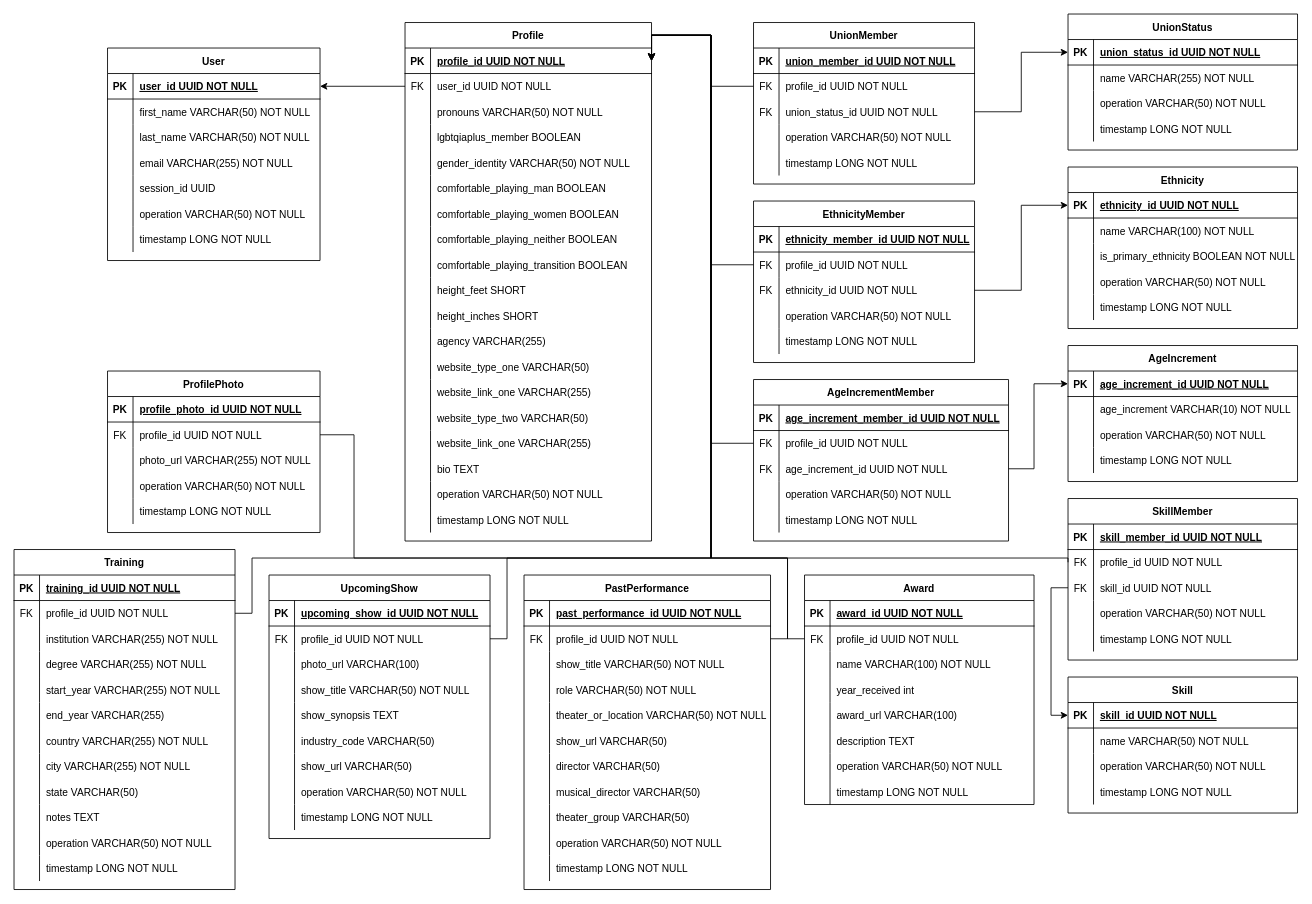
The draw.io diagram docs/db_designs/cag-backend-api-v1.drawio in Chicago-Artist-Guide/cag-backend-api, before the edit. Source tidied: cells renumbered, new cells numbered last; positions are measured from the earlier drawing's top-left corner, leaving out a move shared by most shapes. Both pictures are drawn from the tidied source at 85%, with x=0, y=0 at pixel (14, 14).
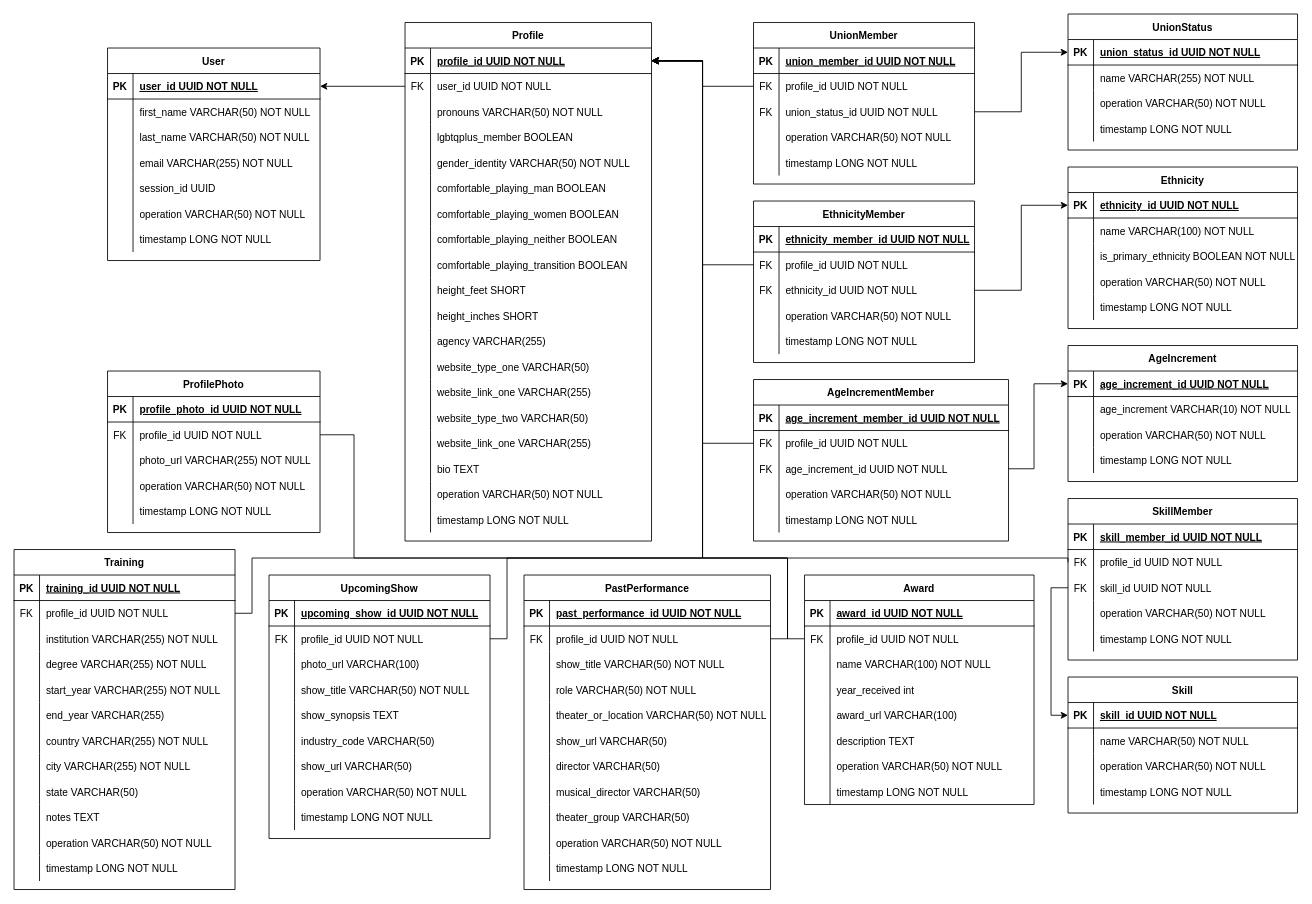
Above is the later version.

Unchanged cells that the change refers to:
```xml
<mxCell id="25" style="shape=partialRectangle;fillColor=none;points=[[0,0.5],[1,0.5]];portConstraint=eastwest;top=0;left=0;right=0;bottom=1;" parent="24" vertex="1">
  <mxGeometry y="30" width="290" height="30" as="geometry" />
</mxCell>
<mxCell id="34" style="shape=partialRectangle;fillColor=none;top=0;left=0;right=0;bottom=0;" parent="24" vertex="1">
  <mxGeometry y="120" width="290" height="30" as="geometry" />
</mxCell>
<mxCell id="99" style="shape=partialRectangle;fillColor=none;points=[[0,0.5],[1,0.5]];portConstraint=eastwest;top=0;left=0;right=0;bottom=0;" parent="95" vertex="1">
  <mxGeometry y="60" width="260" height="30" as="geometry" />
</mxCell>
<mxCell id="118" style="shape=partialRectangle;fillColor=none;points=[[0,0.5],[1,0.5]];portConstraint=eastwest;top=0;left=0;right=0;bottom=0;" parent="114" vertex="1">
  <mxGeometry y="60" width="260" height="30" as="geometry" />
</mxCell>
<mxCell id="152" style="shape=partialRectangle;fillColor=none;points=[[0,0.5],[1,0.5]];portConstraint=eastwest;top=0;left=0;right=0;bottom=0;" parent="148" vertex="1">
  <mxGeometry y="60" width="300" height="30" as="geometry" />
</mxCell>
<mxCell id="184" style="shape=partialRectangle;fillColor=none;points=[[0,0.5],[1,0.5]];portConstraint=eastwest;top=0;left=0;right=0;bottom=0;" parent="180" vertex="1">
  <mxGeometry y="60" width="260" height="30" as="geometry" />
</mxCell>
<mxCell id="221" style="shape=partialRectangle;fillColor=none;points=[[0,0.5],[1,0.5]];portConstraint=eastwest;top=0;left=0;right=0;bottom=0;" parent="217" vertex="1">
  <mxGeometry y="60" width="250" height="30" as="geometry" />
</mxCell>
<mxCell id="239" style="shape=partialRectangle;fillColor=none;points=[[0,0.5],[1,0.5]];portConstraint=eastwest;top=0;left=0;right=0;bottom=0;" parent="235" vertex="1">
  <mxGeometry y="60" width="260" height="30" as="geometry" />
</mxCell>
<mxCell id="268" style="shape=partialRectangle;fillColor=none;points=[[0,0.5],[1,0.5]];portConstraint=eastwest;top=0;left=0;right=0;bottom=0;" parent="264" vertex="1">
  <mxGeometry y="60" width="290" height="30" as="geometry" />
</mxCell>
<mxCell id="304" style="shape=partialRectangle;fillColor=none;points=[[0,0.5],[1,0.5]];portConstraint=eastwest;top=0;left=0;right=0;bottom=0;" parent="300" vertex="1">
  <mxGeometry y="60" width="270" height="30" as="geometry" />
</mxCell>
<mxCell id="336" style="shape=partialRectangle;fillColor=none;points=[[0,0.5],[1,0.5]];portConstraint=eastwest;top=0;left=0;right=0;bottom=0;" parent="332" vertex="1">
  <mxGeometry y="60" width="270" height="30" as="geometry" />
</mxCell>
```

Diff of the diagram source:
```diff
@@
-    <mxCell id="36" value="lgbtqiaplus_member BOOLEAN" style="shape=partialRectangle;overflow=hidden;fillColor=none;top=0;left=0;bottom=0;right=0;align=left;spacingLeft=6;" parent="34" vertex="1">
+    <mxCell id="36" value="lgbtqplus_member BOOLEAN" style="shape=partialRectangle;overflow=hidden;fillColor=none;top=0;left=0;bottom=0;right=0;align=left;spacingLeft=6;" parent="34" vertex="1">
       <mxGeometry x="30" width="260" height="30" as="geometry" />
     </mxCell>
@@
     <mxCell id="111" style="edgeStyle=orthogonalEdgeStyle;rounded=0;jettySize=auto;html=1;exitX=0;exitY=0.5;exitDx=0;exitDy=0;entryX=1;entryY=0.5;entryDx=0;entryDy=0;" parent="1" edge="1" source="99" target="25">
       <mxGeometry relative="1" as="geometry">
         <Array as="points">
-          <mxPoint x="820" y="85" />
-          <mxPoint x="820" y="25" />
+          <mxPoint x="810" y="85" />
+          <mxPoint x="810" y="55" />
         </Array>
       </mxGeometry>
     </mxCell>
@@
     <mxCell id="130" style="edgeStyle=orthogonalEdgeStyle;rounded=0;jettySize=auto;html=1;exitX=0;exitY=0.5;exitDx=0;exitDy=0;entryX=1;entryY=0.5;entryDx=0;entryDy=0;" parent="1" edge="1" source="118" target="25">
       <mxGeometry relative="1" as="geometry">
         <Array as="points">
-          <mxPoint x="820" y="295" />
-          <mxPoint x="820" y="25" />
+          <mxPoint x="810" y="295" />
+          <mxPoint x="810" y="55" />
         </Array>
       </mxGeometry>
     </mxCell>
@@
     <mxCell id="164" style="edgeStyle=orthogonalEdgeStyle;rounded=0;jettySize=auto;html=1;exitX=0;exitY=0.5;exitDx=0;exitDy=0;entryX=1;entryY=0.5;entryDx=0;entryDy=0;" parent="1" edge="1" source="152" target="25">
       <mxGeometry relative="1" as="geometry">
         <Array as="points">
-          <mxPoint x="820" y="505" />
-          <mxPoint x="820" y="25" />
+          <mxPoint x="810" y="505" />
+          <mxPoint x="810" y="55" />
         </Array>
       </mxGeometry>
     </mxCell>
@@
     <mxCell id="234" style="edgeStyle=orthogonalEdgeStyle;rounded=0;jettySize=auto;html=1;exitX=1;exitY=0.5;exitDx=0;exitDy=0;entryX=1;entryY=0.5;entryDx=0;entryDy=0;" parent="1" edge="1" source="184" target="25">
       <mxGeometry relative="1" as="geometry">
         <Array as="points">
           <mxPoint x="280" y="705" />
           <mxPoint x="280" y="640" />
-          <mxPoint x="820" y="640" />
-          <mxPoint x="820" y="25" />
+          <mxPoint x="810" y="640" />
+          <mxPoint x="810" y="55" />
         </Array>
       </mxGeometry>
     </mxCell>
@@
     <mxCell id="263" style="edgeStyle=orthogonalEdgeStyle;rounded=0;jettySize=auto;html=1;entryX=1;entryY=0.5;entryDx=0;entryDy=0;exitX=1;exitY=0.5;exitDx=0;exitDy=0;" parent="1" edge="1" source="239" target="25">
       <mxGeometry relative="1" as="geometry">
         <Array as="points">
           <mxPoint x="580" y="735" />
           <mxPoint x="580" y="640" />
-          <mxPoint x="820" y="640" />
-          <mxPoint x="820" y="25" />
+          <mxPoint x="810" y="640" />
+          <mxPoint x="810" y="55" />
         </Array>
       </mxGeometry>
     </mxCell>
@@
     <mxCell id="298" style="edgeStyle=orthogonalEdgeStyle;rounded=0;jettySize=auto;html=1;entryX=1;entryY=0.5;entryDx=0;entryDy=0;exitX=1;exitY=0.5;exitDx=0;exitDy=0;" parent="1" edge="1" source="268" target="25">
       <mxGeometry relative="1" as="geometry">
         <Array as="points">
           <mxPoint x="910" y="735" />
           <mxPoint x="910" y="640" />
-          <mxPoint x="820" y="640" />
-          <mxPoint x="820" y="25" />
+          <mxPoint x="810" y="640" />
+          <mxPoint x="810" y="55" />
         </Array>
       </mxGeometry>
     </mxCell>
     <mxCell id="299" style="edgeStyle=orthogonalEdgeStyle;rounded=0;jettySize=auto;html=1;exitX=1;exitY=0.5;exitDx=0;exitDy=0;entryX=1;entryY=0.5;entryDx=0;entryDy=0;" parent="1" edge="1" source="221" target="25">
       <mxGeometry relative="1" as="geometry">
         <Array as="points">
           <mxPoint x="400" y="495" />
           <mxPoint x="400" y="640" />
-          <mxPoint x="820" y="640" />
-          <mxPoint x="820" y="25" />
+          <mxPoint x="810" y="640" />
+          <mxPoint x="810" y="55" />
         </Array>
       </mxGeometry>
     </mxCell>
@@
     <mxCell id="331" style="edgeStyle=orthogonalEdgeStyle;rounded=0;jettySize=auto;html=1;exitX=0;exitY=0.5;exitDx=0;exitDy=0;entryX=1;entryY=0.5;entryDx=0;entryDy=0;" parent="1" edge="1" source="336" target="25">
       <mxGeometry relative="1" as="geometry">
         <Array as="points">
           <mxPoint x="910" y="735" />
           <mxPoint x="910" y="640" />
-          <mxPoint x="820" y="640" />
-          <mxPoint x="820" y="25" />
+          <mxPoint x="810" y="640" />
+          <mxPoint x="810" y="55" />
         </Array>
       </mxGeometry>
     </mxCell>
@@
     <mxCell id="357" style="edgeStyle=orthogonalEdgeStyle;rounded=0;jettySize=auto;html=1;exitX=0;exitY=0.5;exitDx=0;exitDy=0;entryX=1;entryY=0.5;entryDx=0;entryDy=0;" parent="1" edge="1" source="304" target="25">
       <mxGeometry relative="1" as="geometry">
         <Array as="points">
           <mxPoint x="1240" y="640" />
-          <mxPoint x="820" y="640" />
-          <mxPoint x="820" y="25" />
+          <mxPoint x="810" y="640" />
+          <mxPoint x="810" y="55" />
         </Array>
       </mxGeometry>
     </mxCell>
```
